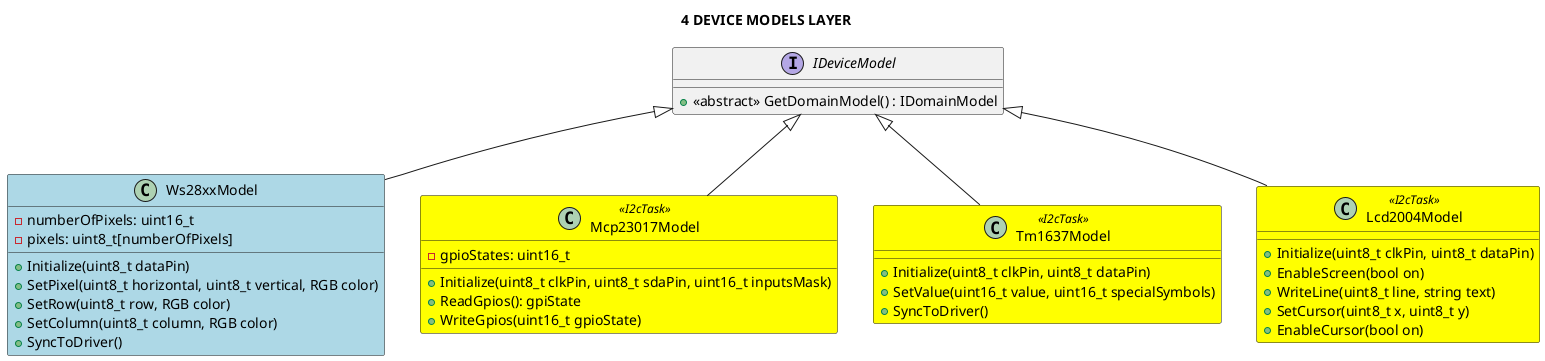
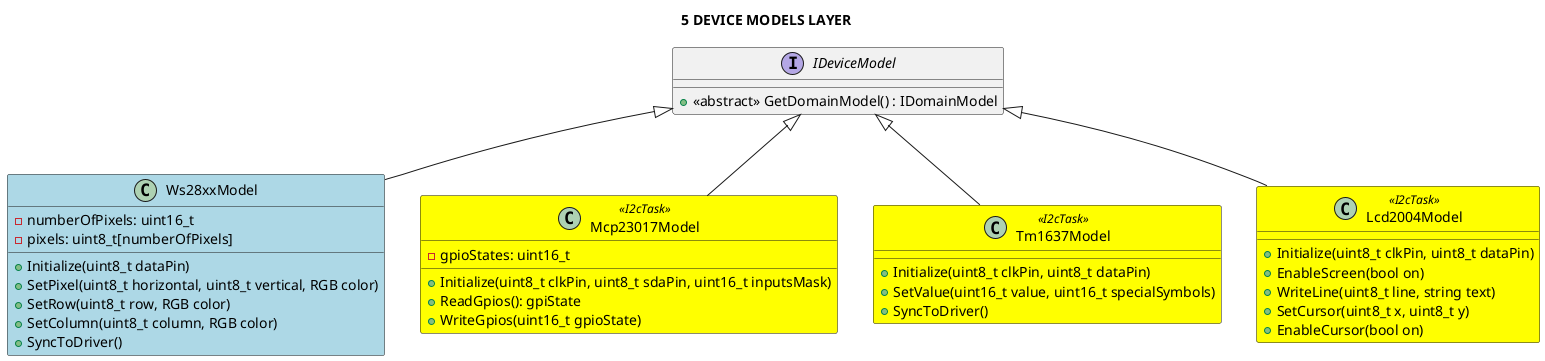
@startuml

- title 4 DEVICE MODELS LAYER
+ title 5 DEVICE MODELS LAYER

skinparam packageStyle rectangle
skinparam lineThickness 2

interface IDeviceModel
{
    + <<abstract>> GetDomainModel() : IDomainModel
}

class Ws28xxModel #lightblue
{
    - numberOfPixels: uint16_t
    - pixels: uint8_t[numberOfPixels]
    + Initialize(uint8_t dataPin)
    + SetPixel(uint8_t horizontal, uint8_t vertical, RGB color)
    + SetRow(uint8_t row, RGB color)
    + SetColumn(uint8_t column, RGB color)
    + SyncToDriver()
}

Ws28xxModel -u-|> IDeviceModel

class Mcp23017Model <<I2cTask>> #yellow
{
    - gpioStates: uint16_t
    + Initialize(uint8_t clkPin, uint8_t sdaPin, uint16_t inputsMask)
    + ReadGpios(): gpiState
    + WriteGpios(uint16_t gpioState)
}

Mcp23017Model -u-|> IDeviceModel

class Tm1637Model <<I2cTask>> #yellow
{
    + Initialize(uint8_t clkPin, uint8_t dataPin)
    + SetValue(uint16_t value, uint16_t specialSymbols)
    + SyncToDriver()
}

Tm1637Model -u-|> IDeviceModel

class Lcd2004Model <<I2cTask>> #yellow
{
    + Initialize(uint8_t clkPin, uint8_t dataPin)
    + EnableScreen(bool on)
    + WriteLine(uint8_t line, string text)
    + SetCursor(uint8_t x, uint8_t y)
    + EnableCursor(bool on)
}

Lcd2004Model -u-|> IDeviceModel

@enduml
